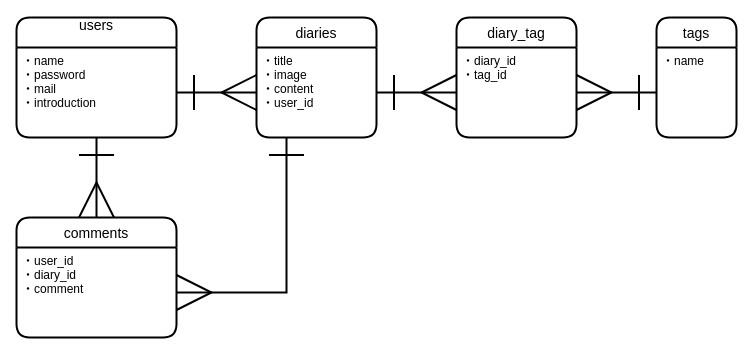
Before: ER.dio in 37Gin/shogi_diary, a draw.io diagram. Source tidied: cells renumbered, new cells numbered last; positions are measured from the earlier drawing's top-left corner, leaving out a move shared by most shapes. Both pictures are drawn from the tidied source at 100%, with x=0, y=0 at pixel (16, 17).
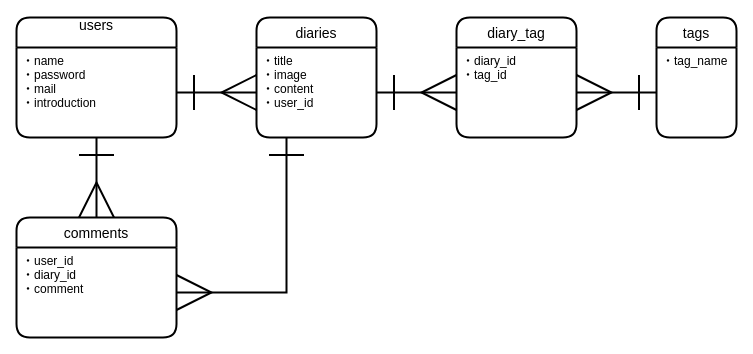
After the change.

Change to the diagram source:
```diff
@@
 <mxGraphModel>
   <root>
     <mxCell id="0" />
     <mxCell id="1" parent="0" />
     <mxCell id="2" value="users&#10;" style="swimlane;horizontal=1;startSize=30;rounded=1;fontSize=14;fontStyle=0;strokeWidth=2;shadow=0;dashed=0;align=center;" parent="1" vertex="1">
       <mxGeometry width="160" height="120" as="geometry" />
     </mxCell>
     <mxCell id="3" value="・name&#10;・password&#10;・mail&#10;・introduction" style="align=left;strokeColor=none;fillColor=none;spacingLeft=4;fontSize=12;verticalAlign=top;" parent="2" vertex="1">
       <mxGeometry y="30" width="160" height="90" as="geometry" />
     </mxCell>
     <mxCell id="4" value="diaries" style="swimlane;horizontal=1;startSize=30;rounded=1;fontSize=14;fontStyle=0;strokeWidth=2;shadow=0;dashed=0;align=center;" parent="1" vertex="1">
       <mxGeometry x="240" width="120" height="120" as="geometry" />
     </mxCell>
     <mxCell id="5" value="・title&#10;・image&#10;・content&#10;・user_id" style="align=left;strokeColor=none;fillColor=none;spacingLeft=4;fontSize=12;verticalAlign=top;" parent="4" vertex="1">
       <mxGeometry y="30" width="120" height="90" as="geometry" />
     </mxCell>
     <mxCell id="6" value="comments" style="swimlane;horizontal=1;startSize=30;rounded=1;fontSize=14;fontStyle=0;strokeWidth=2;shadow=0;dashed=0;align=center;" parent="1" vertex="1">
       <mxGeometry y="200" width="160" height="120" as="geometry" />
     </mxCell>
     <mxCell id="7" value="・user_id&#10;・diary_id&#10;・comment" style="align=left;strokeColor=none;fillColor=none;spacingLeft=4;fontSize=12;verticalAlign=top;" parent="6" vertex="1">
       <mxGeometry y="30" width="160" height="90" as="geometry" />
     </mxCell>
     <mxCell id="8" style="edgeStyle=orthogonalEdgeStyle;rounded=0;jettySize=auto;html=1;entryX=0;entryY=0.5;entryDx=0;entryDy=0;strokeWidth=2;endSize=32;startSize=32;endArrow=ERmany;endFill=0;startArrow=ERone;startFill=0;" parent="1" edge="1" source="3" target="5">
       <mxGeometry relative="1" as="geometry" />
     </mxCell>
     <mxCell id="9" value="tags" style="swimlane;horizontal=1;startSize=30;rounded=1;fontSize=14;fontStyle=0;strokeWidth=2;shadow=0;dashed=0;align=center;" parent="1" vertex="1">
       <mxGeometry x="640" width="80" height="120" as="geometry" />
     </mxCell>
-    <mxCell id="10" value="・name" style="align=left;strokeColor=none;fillColor=none;spacingLeft=4;fontSize=12;verticalAlign=top;" parent="9" vertex="1">
+    <mxCell id="10" value="・tag_name" style="align=left;strokeColor=none;fillColor=none;spacingLeft=4;fontSize=12;verticalAlign=top;" parent="9" vertex="1">
       <mxGeometry y="30" width="80" height="90" as="geometry" />
     </mxCell>
     <mxCell id="11" value="diary_tag" style="swimlane;horizontal=1;startSize=30;rounded=1;fontSize=14;fontStyle=0;strokeWidth=2;shadow=0;dashed=0;align=center;" parent="1" vertex="1">
       <mxGeometry x="440" width="120" height="120" as="geometry" />
     </mxCell>
     <mxCell id="12" value="・diary_id&#10;・tag_id" style="align=left;strokeColor=none;fillColor=none;spacingLeft=4;fontSize=12;verticalAlign=top;" parent="11" vertex="1">
       <mxGeometry y="30" width="120" height="90" as="geometry" />
     </mxCell>
     <mxCell id="13" style="edgeStyle=orthogonalEdgeStyle;rounded=0;jettySize=auto;html=1;entryX=0.5;entryY=0;entryDx=0;entryDy=0;startArrow=ERone;startFill=0;endArrow=ERmany;endFill=0;startSize=32;endSize=32;strokeWidth=2;" parent="1" edge="1" source="3" target="6">
       <mxGeometry relative="1" as="geometry" />
     </mxCell>
     <mxCell id="14" style="edgeStyle=orthogonalEdgeStyle;rounded=0;jettySize=auto;html=1;exitX=0.25;exitY=1;exitDx=0;exitDy=0;entryX=1;entryY=0.5;entryDx=0;entryDy=0;startArrow=ERone;startFill=0;endArrow=ERmany;endFill=0;startSize=32;endSize=32;strokeWidth=2;" parent="1" edge="1" source="5" target="7">
       <mxGeometry relative="1" as="geometry" />
     </mxCell>
     <mxCell id="15" style="edgeStyle=orthogonalEdgeStyle;rounded=0;jettySize=auto;html=1;entryX=0;entryY=0.5;entryDx=0;entryDy=0;startArrow=ERone;startFill=0;endArrow=ERmany;endFill=0;startSize=32;endSize=32;strokeWidth=2;" parent="1" edge="1" source="5" target="12">
       <mxGeometry relative="1" as="geometry" />
     </mxCell>
     <mxCell id="16" style="edgeStyle=orthogonalEdgeStyle;rounded=0;jettySize=auto;html=1;entryX=1;entryY=0.5;entryDx=0;entryDy=0;startArrow=ERone;startFill=0;endArrow=ERmany;endFill=0;startSize=32;endSize=32;strokeWidth=2;" parent="1" edge="1" source="10" target="12">
       <mxGeometry relative="1" as="geometry" />
     </mxCell>
   </root>
 </mxGraphModel>
```
